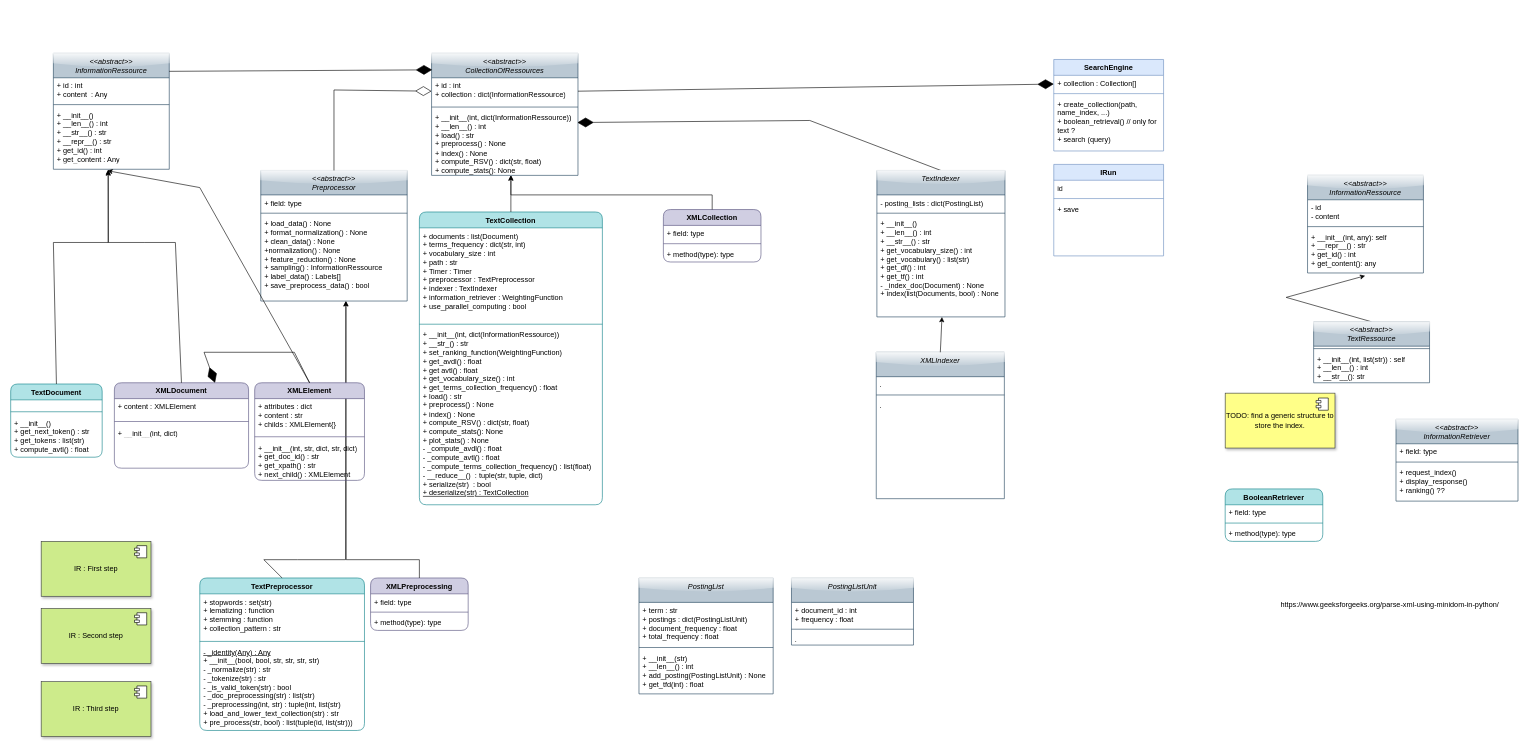
Earlier version of the draw.io diagram uml_diagrams/information_retrieval_models.drawio (mohamedlrouabah1/RIM2DSC). Source tidied: cells renumbered, new cells numbered last; positions are measured from the earlier drawing's top-left corner, leaving out a move shared by most shapes. Both pictures are drawn from the tidied source at 61%, with x=0, y=0 at pixel (10, 53).
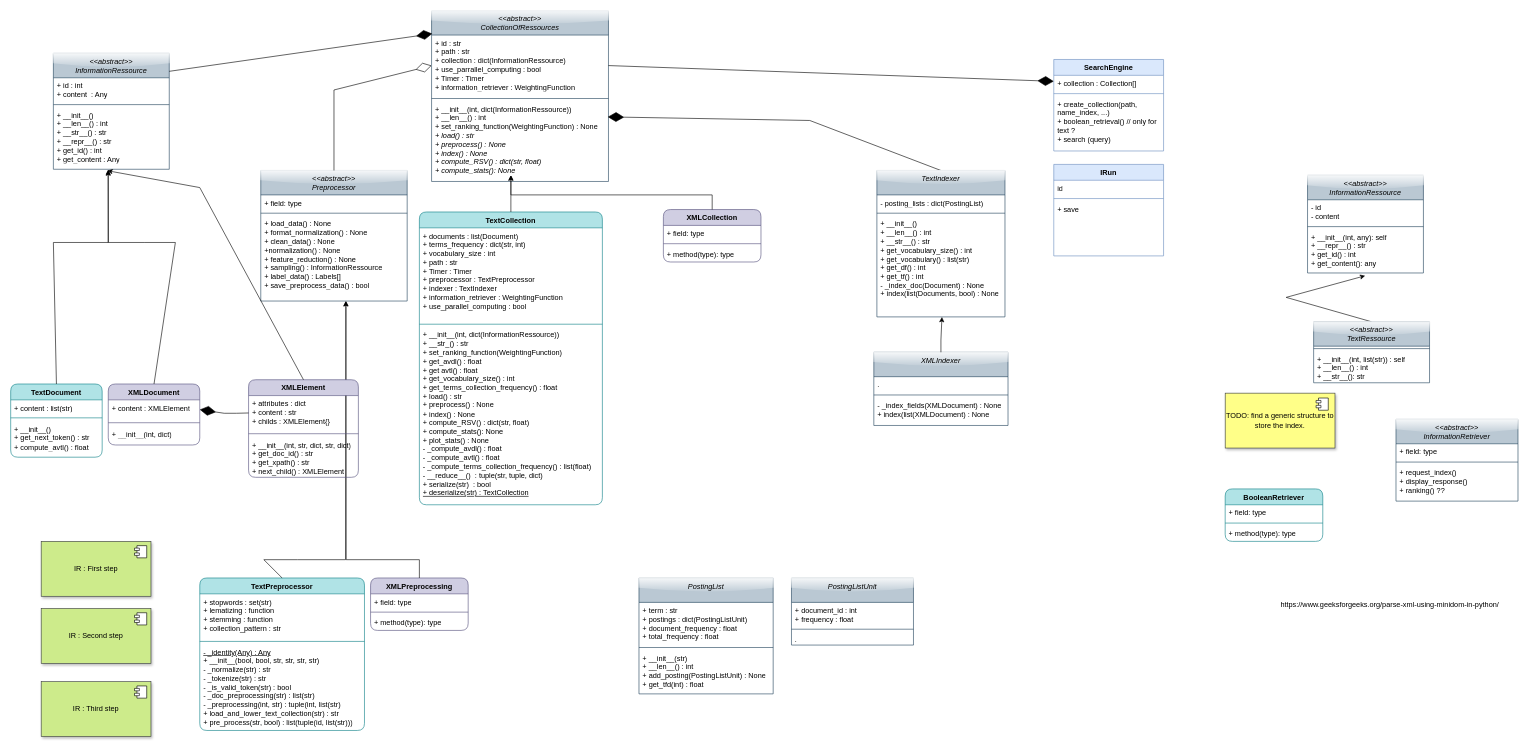
Above is the later version.

Commit message (it also covers changes not shown here):
update collection models

Unchanged cells that the change refers to:
```xml
<mxCell id="6" value="TextDocument" style="swimlane;fontStyle=1;align=center;verticalAlign=top;horizontal=1;startSize=26;whiteSpace=wrap;html=1;fillColor=#b0e3e6;strokeColor=#0e8088;rounded=1;" parent="1" vertex="1">
  <mxGeometry y="542" width="150" height="120" as="geometry" />
</mxCell>
<mxCell id="77" value="+ attributes : dict&lt;br&gt;+ content : str&lt;br&gt;+ childs : XMLElement{}" style="text;strokeColor=none;fillColor=none;align=left;verticalAlign=top;spacingLeft=4;spacingRight=4;overflow=hidden;points=[[0,0.5],[1,0.5]];portConstraint=eastwest;whiteSpace=wrap;html=1;" parent="76" vertex="1">
  <mxGeometry y="26" width="180" height="57" as="geometry" />
</mxCell>
```

Change to the diagram source:
```diff
@@
-    <mxCell id="7" value="." style="text;strokeColor=none;fillColor=none;align=left;verticalAlign=top;spacingLeft=4;spacingRight=4;overflow=hidden;whiteSpace=wrap;html=1;" parent="6" vertex="1">
-      <mxGeometry y="26" width="150" height="14" as="geometry" />
+    <mxCell id="7" value="+ content : list(str)" style="text;strokeColor=none;fillColor=none;align=left;verticalAlign=top;spacingLeft=4;spacingRight=4;overflow=hidden;whiteSpace=wrap;html=1;" parent="6" vertex="1">
+      <mxGeometry y="26" width="150" height="24" as="geometry" />
     </mxCell>
     <mxCell id="8" style="line;strokeWidth=1;fillColor=none;align=left;verticalAlign=middle;spacingTop=-1;spacingLeft=3;spacingRight=3;labelPosition=right;strokeColor=inherit;" parent="6" vertex="1">
-      <mxGeometry y="40" width="150" height="11" as="geometry" />
+      <mxGeometry y="50" width="150" height="11" as="geometry" />
     </mxCell>
-    <mxCell id="9" value="+ __init__()&lt;br&gt;+ get_next_token() : str&lt;br&gt;+ get_tokens : list(str)&lt;br&gt;+ compute_avtl() : float" style="text;strokeColor=none;fillColor=none;align=left;verticalAlign=top;spacingLeft=4;spacingRight=4;overflow=hidden;whiteSpace=wrap;html=1;" parent="6" vertex="1">
-      <mxGeometry y="51" width="150" height="69" as="geometry" />
+    <mxCell id="9" value="+ __init__()&lt;br&gt;+ get_next_token() : str&lt;br&gt;+ compute_avtl() : float" style="text;strokeColor=none;fillColor=none;align=left;verticalAlign=top;spacingLeft=4;spacingRight=4;overflow=hidden;whiteSpace=wrap;html=1;" parent="6" vertex="1">
+      <mxGeometry y="61" width="150" height="59" as="geometry" />
     </mxCell>
     <mxCell id="10" value="XMLDocument" style="swimlane;fontStyle=1;align=center;verticalAlign=top;horizontal=1;startSize=26;whiteSpace=wrap;html=1;fillColor=#d0cee2;strokeColor=#56517e;rounded=1;" parent="1" vertex="1">
-      <mxGeometry x="170" y="540" width="220" height="140" as="geometry" />
+      <mxGeometry x="160" y="542" width="150" height="100" as="geometry" />
     </mxCell>
     <mxCell id="11" value="+ content : XMLElement" style="text;strokeColor=none;fillColor=none;align=left;verticalAlign=top;spacingLeft=4;spacingRight=4;overflow=hidden;points=[[0,0.5],[1,0.5]];portConstraint=eastwest;whiteSpace=wrap;html=1;" parent="10" vertex="1">
-      <mxGeometry y="26" width="220" height="32" as="geometry" />
+      <mxGeometry y="26" width="150" height="32" as="geometry" />
     </mxCell>
     <mxCell id="12" style="line;strokeWidth=1;fillColor=none;align=left;verticalAlign=middle;spacingTop=-1;spacingLeft=3;spacingRight=3;labelPosition=right;strokeColor=inherit;" parent="10" vertex="1">
-      <mxGeometry y="58" width="220" height="11" as="geometry" />
+      <mxGeometry y="58" width="150" height="11" as="geometry" />
     </mxCell>
     <mxCell id="13" value="+ __init__(int, dict)" style="text;strokeColor=none;fillColor=none;align=left;verticalAlign=top;spacingLeft=4;spacingRight=4;overflow=hidden;whiteSpace=wrap;html=1;" parent="10" vertex="1">
-      <mxGeometry y="69" width="220" height="71" as="geometry" />
+      <mxGeometry y="69" width="150" height="31" as="geometry" />
     </mxCell>
     <mxCell id="14" value="&lt;i style=&quot;font-weight: normal;&quot;&gt;&amp;lt;&amp;lt;abstract&amp;gt;&amp;gt;&lt;br&gt;CollectionOfRessources&lt;/i&gt;" style="swimlane;fontStyle=1;align=center;verticalAlign=top;horizontal=1;startSize=40;whiteSpace=wrap;html=1;fillColor=#bac8d3;strokeColor=#23445d;glass=1;" parent="1" vertex="1">
-      <mxGeometry x="690" width="240" height="200" as="geometry" />
+      <mxGeometry x="690" y="-70" width="290" height="280" as="geometry" />
     </mxCell>
-    <mxCell id="15" value="+ id : int&lt;br&gt;+ collection : dict(InformationRessource)" style="text;strokeColor=none;fillColor=none;align=left;verticalAlign=top;spacingLeft=4;spacingRight=4;overflow=hidden;points=[[0,0.5],[1,0.5]];portConstraint=eastwest;whiteSpace=wrap;html=1;" parent="14" vertex="1">
-      <mxGeometry y="40" width="240" height="44" as="geometry" />
+    <mxCell id="15" value="+ id : str&lt;br&gt;+ path : str&lt;br&gt;+ collection : dict(InformationRessource)&lt;br&gt;+ use_parrallel_computing : bool&lt;br&gt;+ Timer : Timer&lt;br&gt;+ information_retriever :&amp;nbsp;WeightingFunction" style="text;strokeColor=none;fillColor=none;align=left;verticalAlign=top;spacingLeft=4;spacingRight=4;overflow=hidden;points=[[0,0.5],[1,0.5]];portConstraint=eastwest;whiteSpace=wrap;html=1;" parent="14" vertex="1">
+      <mxGeometry y="40" width="290" height="100" as="geometry" />
     </mxCell>
     <mxCell id="16" style="line;strokeWidth=1;fillColor=none;align=left;verticalAlign=middle;spacingTop=-1;spacingLeft=3;spacingRight=3;labelPosition=right;strokeColor=inherit;" parent="14" vertex="1">
-      <mxGeometry y="84" width="240" height="8" as="geometry" />
+      <mxGeometry y="140" width="290" height="8" as="geometry" />
     </mxCell>
-    <mxCell id="17" value="+ __init__(int, dict(InformationRessource))&lt;br&gt;+ __len__() : int&lt;br&gt;+ load() : str&lt;br&gt;+ preprocess() : None&lt;br&gt;+ index() : None&lt;br&gt;+ compute_RSV() : dict(str, float)&lt;br&gt;+ compute_stats(): None" style="text;strokeColor=none;fillColor=none;align=left;verticalAlign=top;spacingLeft=4;spacingRight=4;overflow=hidden;points=[[0,0.5],[1,0.5]];portConstraint=eastwest;whiteSpace=wrap;html=1;" parent="14" vertex="1">
-      <mxGeometry y="92" width="240" height="108" as="geometry" />
+    <mxCell id="17" value="+ __init__(int, dict(InformationRessource))&lt;br&gt;+ __len__() : int&lt;br&gt;+ set_ranking_function(WeightingFunction) : None&lt;br&gt;&lt;i&gt;+ load() : str&lt;br&gt;+ preprocess() : None&lt;br&gt;+ index() : None&lt;br&gt;+ compute_RSV() : dict(str, float)&lt;br&gt;+ compute_stats(): None&lt;/i&gt;" style="text;strokeColor=none;fillColor=none;align=left;verticalAlign=top;spacingLeft=4;spacingRight=4;overflow=hidden;points=[[0,0.5],[1,0.5]];portConstraint=eastwest;whiteSpace=wrap;html=1;" parent="14" vertex="1">
+      <mxGeometry y="148" width="290" height="132" as="geometry" />
     </mxCell>
@@
     <mxCell id="76" value="XMLElement" style="swimlane;fontStyle=1;align=center;verticalAlign=top;horizontal=1;startSize=26;whiteSpace=wrap;html=1;fillColor=#d0cee2;strokeColor=#56517e;rounded=1;" parent="1" vertex="1">
-      <mxGeometry x="400" y="540" width="180" height="160" as="geometry" />
+      <mxGeometry x="390" y="535" width="180" height="160" as="geometry" />
     </mxCell>
@@
-    <mxCell id="80" style="endArrow=diamondThin;endFill=1;endSize=24;html=1;rounded=0;exitX=0.5;exitY=0;exitDx=0;exitDy=0;entryX=0.75;entryY=0;entryDx=0;entryDy=0;" parent="1" edge="1" source="76" target="10">
+    <mxCell id="80" style="endArrow=diamondThin;endFill=1;endSize=24;html=1;rounded=0;exitX=0;exitY=0.5;exitDx=0;exitDy=0;entryX=1;entryY=0.5;entryDx=0;entryDy=0;" parent="1" edge="1" source="77" target="11">
       <mxGeometry relative="1" as="geometry">
         <Array as="points">
-          <mxPoint x="465" y="490" />
-          <mxPoint x="317" y="490" />
+          <mxPoint x="370" y="590" />
+          <mxPoint x="350" y="590" />
         </Array>
       </mxGeometry>
     </mxCell>
@@
     <mxCell id="97" value="&lt;span style=&quot;font-weight: 400;&quot;&gt;&lt;i&gt;XMLIndexer&lt;/i&gt;&lt;/span&gt;" style="swimlane;fontStyle=1;align=center;verticalAlign=top;horizontal=1;startSize=40;whiteSpace=wrap;html=1;fillColor=#bac8d3;strokeColor=#23445d;glass=1;" parent="1" vertex="1">
-      <mxGeometry x="1419" y="490" width="210" height="240" as="geometry" />
+      <mxGeometry x="1415" y="490" width="220" height="120" as="geometry" />
     </mxCell>
     <mxCell id="98" value="." style="text;strokeColor=none;fillColor=none;align=left;verticalAlign=top;spacingLeft=4;spacingRight=4;overflow=hidden;whiteSpace=wrap;html=1;" parent="97" vertex="1">
-      <mxGeometry y="40" width="210" height="26" as="geometry" />
+      <mxGeometry y="40" width="220" height="26" as="geometry" />
     </mxCell>
     <mxCell id="99" style="line;strokeWidth=1;fillColor=none;align=left;verticalAlign=middle;spacingTop=-1;spacingLeft=3;spacingRight=3;labelPosition=right;strokeColor=inherit;" parent="97" vertex="1">
-      <mxGeometry y="66" width="210" height="8" as="geometry" />
+      <mxGeometry y="66" width="220" height="8" as="geometry" />
     </mxCell>
-    <mxCell id="100" value="." style="text;strokeColor=none;fillColor=none;align=left;verticalAlign=top;spacingLeft=4;spacingRight=4;overflow=hidden;whiteSpace=wrap;html=1;" parent="97" vertex="1">
-      <mxGeometry y="74" width="210" height="166" as="geometry" />
+    <mxCell id="100" value="- _index_fields(XMLDocument) : None&lt;br&gt;+ index(list(XMLDocument) : None" style="text;strokeColor=none;fillColor=none;align=left;verticalAlign=top;spacingLeft=4;spacingRight=4;overflow=hidden;whiteSpace=wrap;html=1;" parent="97" vertex="1">
+      <mxGeometry y="74" width="220" height="46" as="geometry" />
     </mxCell>
```
